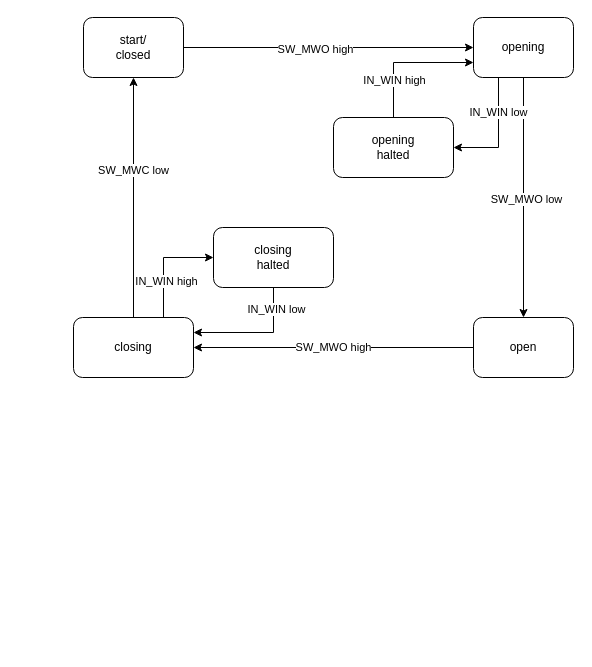
The draw.io diagram Elektronik/Raspberry-Motorsteuerung/Software/Untitled Diagram.drawio in fablabcb/fablock, before the edit. Source tidied: cells renumbered, new cells numbered last; positions are measured from the earlier drawing's top-left corner, leaving out a move shared by most shapes. Both pictures are drawn from the tidied source at 100%, with x=0, y=0 at pixel (73, 17).
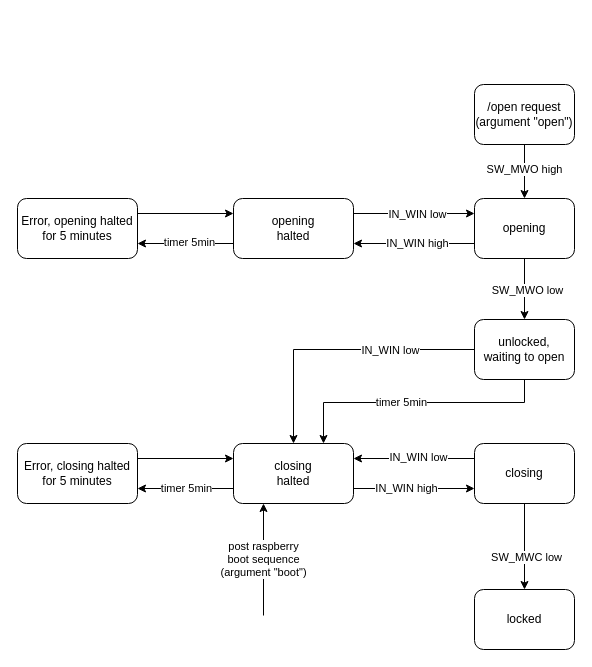
The same diagram, later.

Commit message:
Software flow diagram initial version

The edit, as a diff of the source:
```diff
@@
-    <mxCell id="2" style="edgeStyle=orthogonalEdgeStyle;rounded=0;jettySize=auto;html=1;" parent="1" edge="1" source="4" target="14">
+    <mxCell id="2" style="edgeStyle=orthogonalEdgeStyle;rounded=0;jettySize=auto;html=1;" parent="1" edge="1" source="31" target="14">
       <mxGeometry relative="1" as="geometry" />
     </mxCell>
@@
-    <mxCell id="4" value="&lt;div&gt;start/&lt;/div&gt;&lt;div&gt;closed&lt;br&gt;&lt;/div&gt;" style="rounded=1;whiteSpace=wrap;html=1;" parent="1" vertex="1">
-      <mxGeometry x="10" width="100" height="60" as="geometry" />
+    <mxCell id="4" value="locked" style="rounded=1;whiteSpace=wrap;html=1;" parent="1" vertex="1">
+      <mxGeometry x="401" y="572" width="100" height="60" as="geometry" />
     </mxCell>
-    <mxCell id="5" style="edgeStyle=orthogonalEdgeStyle;rounded=0;jettySize=auto;html=1;exitX=0.5;exitY=0;exitDx=0;exitDy=0;entryX=0.5;entryY=1;entryDx=0;entryDy=0;" parent="1" edge="1" source="9" target="4">
+    <mxCell id="5" style="edgeStyle=orthogonalEdgeStyle;rounded=0;jettySize=auto;html=1;exitX=0.5;exitY=1;exitDx=0;exitDy=0;entryX=0.5;entryY=0;entryDx=0;entryDy=0;" parent="1" edge="1" source="9" target="4">
       <mxGeometry relative="1" as="geometry" />
     </mxCell>
@@
-    <mxCell id="7" style="edgeStyle=orthogonalEdgeStyle;rounded=0;jettySize=auto;html=1;exitX=0.75;exitY=0;exitDx=0;exitDy=0;entryX=0;entryY=0.5;entryDx=0;entryDy=0;" parent="1" edge="1" source="9" target="22">
+    <mxCell id="7" style="edgeStyle=orthogonalEdgeStyle;rounded=0;jettySize=auto;html=1;exitX=0;exitY=0.25;exitDx=0;exitDy=0;entryX=1;entryY=0.25;entryDx=0;entryDy=0;" parent="1" edge="1" source="9" target="22">
       <mxGeometry relative="1" as="geometry" />
     </mxCell>
-    <mxCell id="8" value="IN_WIN high" style="edgeLabel;html=1;align=center;verticalAlign=middle;" parent="7" vertex="1">
-      <mxGeometry x="-0.33" y="-2" relative="1" as="geometry" />
+    <mxCell id="8" value="IN_WIN low" style="edgeLabel;html=1;align=center;verticalAlign=middle;" parent="7" vertex="1">
+      <mxGeometry x="-0.33" y="-2" relative="1" as="geometry">
+        <mxPoint x="-16" as="offset" />
+      </mxGeometry>
     </mxCell>
     <mxCell id="9" value="&lt;div&gt;closing&lt;/div&gt;" style="whiteSpace=wrap;html=1;rounded=1;" parent="1" vertex="1">
-      <mxGeometry y="300" width="120" height="60" as="geometry" />
+      <mxGeometry x="401" y="426" width="100" height="60" as="geometry" />
     </mxCell>
@@
-    <mxCell id="12" style="edgeStyle=orthogonalEdgeStyle;rounded=0;jettySize=auto;html=1;exitX=0.25;exitY=1;exitDx=0;exitDy=0;entryX=1;entryY=0.5;entryDx=0;entryDy=0;" parent="1" edge="1" source="14" target="19">
-      <mxGeometry relative="1" as="geometry" />
+    <mxCell id="12" style="edgeStyle=orthogonalEdgeStyle;rounded=0;jettySize=auto;html=1;exitX=0;exitY=0.75;exitDx=0;exitDy=0;entryX=1;entryY=0.75;entryDx=0;entryDy=0;" parent="1" edge="1" source="14" target="19">
+      <mxGeometry relative="1" as="geometry">
+        <Array as="points">
+          <mxPoint x="350" y="226" />
+          <mxPoint x="350" y="226" />
+        </Array>
+      </mxGeometry>
     </mxCell>
-    <mxCell id="13" value="IN_WIN low" style="edgeLabel;html=1;align=center;verticalAlign=middle;" parent="12" vertex="1">
-      <mxGeometry x="-0.41" y="-1" relative="1" as="geometry" />
+    <mxCell id="13" value="IN_WIN high" style="edgeLabel;html=1;align=center;verticalAlign=middle;" parent="12" vertex="1">
+      <mxGeometry x="-0.41" y="-1" relative="1" as="geometry">
+        <mxPoint x="-22" as="offset" />
+      </mxGeometry>
     </mxCell>
     <mxCell id="14" value="opening" style="rounded=1;whiteSpace=wrap;html=1;" parent="1" vertex="1">
-      <mxGeometry x="400" width="100" height="60" as="geometry" />
+      <mxGeometry x="401" y="181" width="100" height="60" as="geometry" />
     </mxCell>
-    <mxCell id="15" value="SW_MWO high" style="edgeStyle=orthogonalEdgeStyle;rounded=0;jettySize=auto;html=1;exitX=0;exitY=0.5;exitDx=0;exitDy=0;" parent="1" edge="1" source="16" target="9">
-      <mxGeometry relative="1" as="geometry" />
-    </mxCell>
+    <mxCell id="23" style="edgeStyle=orthogonalEdgeStyle;rounded=0;jettySize=auto;html=1;exitX=0;exitY=0.5;exitDx=0;exitDy=0;entryX=0.5;entryY=0;entryDx=0;entryDy=0;" parent="1" edge="1" source="16" target="22">
+      <mxGeometry relative="1" as="geometry" />
+    </mxCell>
+    <mxCell id="24" value="IN_WIN low" style="edgeLabel;html=1;align=center;verticalAlign=middle;" parent="23" vertex="1">
+      <mxGeometry x="0.02" y="2" relative="1" as="geometry">
+        <mxPoint x="55" y="-2" as="offset" />
+      </mxGeometry>
+    </mxCell>
+    <mxCell id="25" style="edgeStyle=orthogonalEdgeStyle;rounded=0;jettySize=auto;html=1;exitX=0.5;exitY=1;exitDx=0;exitDy=0;entryX=0.75;entryY=0;entryDx=0;entryDy=0;" parent="1" edge="1" source="16" target="22">
+      <mxGeometry relative="1" as="geometry">
+        <Array as="points">
+          <mxPoint x="451" y="385" />
+          <mxPoint x="250" y="385" />
+        </Array>
+      </mxGeometry>
+    </mxCell>
+    <mxCell id="26" value="timer 5min" style="edgeLabel;html=1;align=center;verticalAlign=middle;" parent="25" vertex="1">
+      <mxGeometry x="0.11" y="-1" relative="1" as="geometry" />
+    </mxCell>
-    <mxCell id="16" value="&lt;div&gt;open&lt;/div&gt;" style="rounded=1;whiteSpace=wrap;html=1;" parent="1" vertex="1">
-      <mxGeometry x="400" y="300" width="100" height="60" as="geometry" />
+    <mxCell id="16" value="&lt;div&gt;unlocked,&lt;/div&gt;&lt;div&gt;waiting to open&lt;br&gt;&lt;/div&gt;" style="rounded=1;whiteSpace=wrap;html=1;" parent="1" vertex="1">
+      <mxGeometry x="401" y="302" width="100" height="60" as="geometry" />
     </mxCell>
-    <mxCell id="17" style="edgeStyle=orthogonalEdgeStyle;rounded=0;jettySize=auto;html=1;exitX=0.5;exitY=0;exitDx=0;exitDy=0;entryX=0;entryY=0.75;entryDx=0;entryDy=0;" parent="1" edge="1" source="19" target="14">
+    <mxCell id="17" style="edgeStyle=orthogonalEdgeStyle;rounded=0;jettySize=auto;html=1;exitX=1;exitY=0.25;exitDx=0;exitDy=0;entryX=0;entryY=0.25;entryDx=0;entryDy=0;" parent="1" edge="1" source="19" target="14">
       <mxGeometry relative="1" as="geometry" />
     </mxCell>
-    <mxCell id="18" value="IN_WIN high" style="edgeLabel;html=1;align=center;verticalAlign=middle;" parent="17" vertex="1">
-      <mxGeometry x="-0.44" relative="1" as="geometry" />
+    <mxCell id="18" value="IN_WIN low" style="edgeLabel;html=1;align=center;verticalAlign=middle;" parent="17" vertex="1">
+      <mxGeometry x="-0.44" relative="1" as="geometry">
+        <mxPoint x="29" as="offset" />
+      </mxGeometry>
     </mxCell>
+    <mxCell id="27" style="edgeStyle=orthogonalEdgeStyle;rounded=0;jettySize=auto;html=1;exitX=0;exitY=0.75;exitDx=0;exitDy=0;entryX=1;entryY=0.75;entryDx=0;entryDy=0;" parent="1" edge="1" source="19" target="34">
+      <mxGeometry relative="1" as="geometry" />
+    </mxCell>
+    <mxCell id="28" value="timer 5min" style="edgeLabel;html=1;align=center;verticalAlign=middle;" parent="27" vertex="1">
+      <mxGeometry x="-0.74" y="1" relative="1" as="geometry">
+        <mxPoint x="-33" y="-3" as="offset" />
+      </mxGeometry>
+    </mxCell>
     <mxCell id="19" value="&lt;div&gt;opening&lt;/div&gt;&lt;div&gt;halted&lt;br&gt;&lt;/div&gt;" style="rounded=1;whiteSpace=wrap;html=1;" parent="1" vertex="1">
-      <mxGeometry x="260" y="100" width="120" height="60" as="geometry" />
+      <mxGeometry x="160" y="181" width="120" height="60" as="geometry" />
     </mxCell>
-    <mxCell id="20" style="edgeStyle=orthogonalEdgeStyle;rounded=0;jettySize=auto;html=1;exitX=0.5;exitY=1;exitDx=0;exitDy=0;entryX=1;entryY=0.25;entryDx=0;entryDy=0;" parent="1" edge="1" source="22" target="9">
+    <mxCell id="20" style="edgeStyle=orthogonalEdgeStyle;rounded=0;jettySize=auto;html=1;exitX=1;exitY=0.75;exitDx=0;exitDy=0;entryX=0;entryY=0.75;entryDx=0;entryDy=0;" parent="1" edge="1" source="22" target="9">
       <mxGeometry relative="1" as="geometry" />
     </mxCell>
-    <mxCell id="21" value="IN_WIN low" style="edgeLabel;html=1;align=center;verticalAlign=middle;" parent="20" vertex="1">
-      <mxGeometry x="-0.66" y="2" relative="1" as="geometry" />
+    <mxCell id="21" value="IN_WIN high" style="edgeLabel;html=1;align=center;verticalAlign=middle;" parent="20" vertex="1">
+      <mxGeometry x="-0.66" y="2" relative="1" as="geometry">
+        <mxPoint x="31" y="1" as="offset" />
+      </mxGeometry>
     </mxCell>
+    <mxCell id="29" style="edgeStyle=orthogonalEdgeStyle;rounded=0;jettySize=auto;html=1;exitX=0;exitY=0.75;exitDx=0;exitDy=0;entryX=1;entryY=0.75;entryDx=0;entryDy=0;" parent="1" edge="1" source="22" target="36">
+      <mxGeometry relative="1" as="geometry" />
+    </mxCell>
+    <mxCell id="30" value="timer 5min" style="edgeLabel;html=1;align=center;verticalAlign=middle;" parent="29" vertex="1">
+      <mxGeometry x="0.05" y="1" relative="1" as="geometry">
+        <mxPoint x="2" y="-2" as="offset" />
+      </mxGeometry>
+    </mxCell>
     <mxCell id="22" value="&lt;div&gt;closing&lt;/div&gt;&lt;div&gt;halted&lt;br&gt;&lt;/div&gt;" style="rounded=1;whiteSpace=wrap;html=1;" parent="1" vertex="1">
-      <mxGeometry x="140" y="210" width="120" height="60" as="geometry" />
+      <mxGeometry x="160" y="426" width="120" height="60" as="geometry" />
     </mxCell>
+    <mxCell id="31" value="&lt;div&gt;/open request&lt;/div&gt;&lt;div&gt;(argument &quot;open&quot;)&lt;br&gt;&lt;/div&gt;" style="rounded=1;whiteSpace=wrap;html=1;" parent="1" vertex="1">
+      <mxGeometry x="401" y="67" width="100" height="60" as="geometry" />
+    </mxCell>
+    <mxCell id="32" value="&lt;div&gt;post raspberry&lt;/div&gt;&lt;div&gt;boot sequence&lt;br&gt;&lt;/div&gt;&lt;div&gt;(argument &quot;boot&quot;)&lt;br&gt;&lt;/div&gt;" style="endArrow=classic;html=1;entryX=0.25;entryY=1;entryDx=0;entryDy=0;" parent="1" edge="1" target="22">
+      <mxGeometry relative="1" as="geometry">
+        <mxPoint x="190" y="598" as="sourcePoint" />
+      </mxGeometry>
+    </mxCell>
+    <mxCell id="33" style="edgeStyle=orthogonalEdgeStyle;rounded=0;jettySize=auto;html=1;exitX=1;exitY=0.25;exitDx=0;exitDy=0;entryX=0;entryY=0.25;entryDx=0;entryDy=0;" parent="1" edge="1" source="34" target="19">
+      <mxGeometry relative="1" as="geometry" />
+    </mxCell>
+    <mxCell id="34" value="&lt;div&gt;Error, opening halted for 5 minutes&lt;br&gt;&lt;/div&gt;" style="rounded=1;whiteSpace=wrap;html=1;" parent="1" vertex="1">
+      <mxGeometry x="-56" y="181" width="120" height="60" as="geometry" />
+    </mxCell>
+    <mxCell id="35" style="edgeStyle=orthogonalEdgeStyle;rounded=0;jettySize=auto;html=1;exitX=1;exitY=0.25;exitDx=0;exitDy=0;entryX=0;entryY=0.25;entryDx=0;entryDy=0;" parent="1" edge="1" source="36" target="22">
+      <mxGeometry relative="1" as="geometry" />
+    </mxCell>
+    <mxCell id="36" value="&lt;div&gt;Error, closing halted for 5 minutes&lt;br&gt;&lt;/div&gt;" style="rounded=1;whiteSpace=wrap;html=1;" parent="1" vertex="1">
+      <mxGeometry x="-56" y="426" width="120" height="60" as="geometry" />
+    </mxCell>
```
